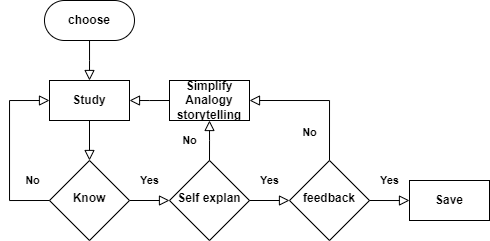
Earlier version of the draw.io export Feynman.png (fightmeat/photos). Source tidied: cells renumbered, new cells last; positions are measured from the earlier drawing's top-left corner, leaving out a move shared by most shapes.
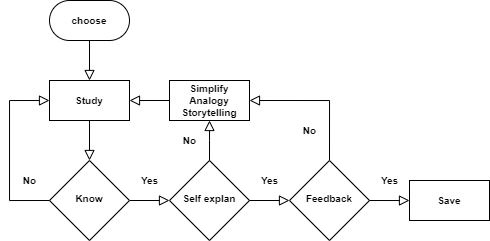
After the commit.

What changed in the source:
```diff
@@ -2,51 +2,49 @@
   <root>
     <mxCell id="0" />
     <mxCell id="1" parent="0" />
-    <mxCell id="2" style="rounded=0;html=1;jettySize=auto;fontSize=11;endArrow=block;endFill=0;endSize=8;strokeWidth=1;shadow=0;labelBackgroundColor=none;edgeStyle=orthogonalEdgeStyle;" parent="1" edge="1" source="3">
-      <mxGeometry relative="1" as="geometry">
-        <mxPoint x="80" y="80" as="targetPoint" />
-      </mxGeometry>
+    <mxCell id="2" style="rounded=0;html=1;jettySize=auto;fontSize=10;endArrow=block;endFill=0;endSize=8;strokeWidth=1;shadow=0;labelBackgroundColor=none;edgeStyle=orthogonalEdgeStyle;entryX=0.5;entryY=0;entryDx=0;entryDy=0;exitX=0.5;exitY=1;exitDx=0;exitDy=0;" parent="1" edge="1" source="3" target="16">
+      <mxGeometry relative="1" as="geometry" />
     </mxCell>
-    <mxCell id="3" value="&lt;b&gt;choose&lt;/b&gt;" style="rounded=1;whiteSpace=wrap;html=1;fontSize=12;glass=0;strokeWidth=1;shadow=0;arcSize=50;" parent="1" vertex="1">
-      <mxGeometry x="35" width="90" height="40" as="geometry" />
+    <mxCell id="3" value="&lt;b style=&quot;font-size: 10px;&quot;&gt;choose&lt;/b&gt;" style="rounded=1;whiteSpace=wrap;html=1;fontSize=10;glass=0;strokeWidth=1;shadow=0;arcSize=50;" parent="1" vertex="1">
+      <mxGeometry x="40" width="80" height="40" as="geometry" />
     </mxCell>
-    <mxCell id="4" value="&lt;b&gt;Yes&lt;/b&gt;" style="rounded=0;html=1;jettySize=auto;fontSize=11;endArrow=block;endFill=0;endSize=8;strokeWidth=1;shadow=0;labelBackgroundColor=none;edgeStyle=orthogonalEdgeStyle;exitX=1;exitY=0.5;exitDx=0;exitDy=0;entryX=0;entryY=0.5;entryDx=0;entryDy=0;" parent="1" edge="1" source="5" target="6">
+    <mxCell id="4" value="&lt;b style=&quot;font-size: 10px;&quot;&gt;Yes&lt;/b&gt;" style="rounded=0;html=1;jettySize=auto;fontSize=10;endArrow=block;endFill=0;endSize=8;strokeWidth=1;shadow=0;labelBackgroundColor=none;edgeStyle=orthogonalEdgeStyle;exitX=1;exitY=0.5;exitDx=0;exitDy=0;entryX=0;entryY=0.5;entryDx=0;entryDy=0;" parent="1" edge="1" source="5" target="6">
       <mxGeometry y="20" relative="1" as="geometry" />
     </mxCell>
-    <mxCell id="5" value="&lt;b&gt;Know&lt;/b&gt;" style="rhombus;whiteSpace=wrap;html=1;shadow=0;fontFamily=Helvetica;fontSize=12;align=center;strokeWidth=1;spacing=6;spacingTop=-4;" parent="1" vertex="1">
+    <mxCell id="5" value="&lt;b style=&quot;font-size: 10px;&quot;&gt;Know&lt;/b&gt;" style="rhombus;whiteSpace=wrap;html=1;shadow=0;fontFamily=Helvetica;fontSize=10;align=center;strokeWidth=1;spacing=6;spacingTop=-4;" parent="1" vertex="1">
       <mxGeometry x="40" y="160" width="80" height="80" as="geometry" />
     </mxCell>
-    <mxCell id="6" value="&lt;b&gt;Self explan&lt;/b&gt;" style="rhombus;whiteSpace=wrap;html=1;shadow=0;fontFamily=Helvetica;fontSize=12;align=center;strokeWidth=1;spacing=6;spacingTop=-4;" parent="1" vertex="1">
+    <mxCell id="6" value="&lt;b style=&quot;font-size: 10px;&quot;&gt;Self explan&lt;/b&gt;" style="rhombus;whiteSpace=wrap;html=1;shadow=0;fontFamily=Helvetica;fontSize=10;align=center;strokeWidth=1;spacing=6;spacingTop=-4;" parent="1" vertex="1">
       <mxGeometry x="160" y="160" width="80" height="80" as="geometry" />
     </mxCell>
-    <mxCell id="7" value="&lt;b&gt;Simplify Analogy storytelling&lt;/b&gt;" style="rounded=1;whiteSpace=wrap;html=1;fontSize=12;glass=0;strokeWidth=1;shadow=0;arcSize=0;" parent="1" vertex="1">
+    <mxCell id="7" value="&lt;b style=&quot;font-size: 10px;&quot;&gt;Simplify Analogy Storytelling&lt;/b&gt;" style="rounded=1;whiteSpace=wrap;html=1;fontSize=10;glass=0;strokeWidth=1;shadow=0;arcSize=0;" parent="1" vertex="1">
       <mxGeometry x="160" y="80" width="80" height="40" as="geometry" />
     </mxCell>
-    <mxCell id="8" value="&lt;b&gt;Save&lt;/b&gt;" style="rounded=1;whiteSpace=wrap;html=1;fontSize=12;glass=0;strokeWidth=1;shadow=0;arcSize=0;" parent="1" vertex="1">
+    <mxCell id="8" value="&lt;b style=&quot;font-size: 10px;&quot;&gt;Save&lt;/b&gt;" style="rounded=1;whiteSpace=wrap;html=1;fontSize=10;glass=0;strokeWidth=1;shadow=0;arcSize=0;" parent="1" vertex="1">
       <mxGeometry x="400" y="180" width="80" height="40" as="geometry" />
     </mxCell>
-    <mxCell id="9" value="&lt;b&gt;No&lt;/b&gt;" style="edgeStyle=orthogonalEdgeStyle;rounded=0;html=1;jettySize=auto;fontSize=11;endArrow=block;endFill=0;endSize=8;strokeWidth=1;shadow=0;labelBackgroundColor=none;entryX=1;entryY=0.5;entryDx=0;entryDy=0;exitX=0.5;exitY=0;exitDx=0;exitDy=0;" parent="1" edge="1" source="10" target="7">
-      <mxGeometry x="-0.6" y="20" relative="1" as="geometry">
+    <mxCell id="9" value="&lt;b style=&quot;font-size: 10px;&quot;&gt;No&lt;/b&gt;" style="edgeStyle=orthogonalEdgeStyle;rounded=0;html=1;jettySize=auto;fontSize=10;endArrow=block;endFill=0;endSize=8;strokeWidth=1;shadow=0;labelBackgroundColor=none;entryX=1;entryY=0.5;entryDx=0;entryDy=0;exitX=0.5;exitY=0;exitDx=0;exitDy=0;" parent="1" edge="1" source="10" target="7">
+      <mxGeometry x="-0.57" y="20" relative="1" as="geometry">
         <Array as="points">
           <mxPoint x="320" y="100" />
         </Array>
       </mxGeometry>
     </mxCell>
-    <mxCell id="10" value="&lt;b&gt;feedback&lt;/b&gt;" style="rhombus;whiteSpace=wrap;html=1;shadow=0;fontFamily=Helvetica;fontSize=12;align=center;strokeWidth=1;spacing=6;spacingTop=-4;" parent="1" vertex="1">
+    <mxCell id="10" value="&lt;b style=&quot;font-size: 10px;&quot;&gt;Feedback&lt;/b&gt;" style="rhombus;whiteSpace=wrap;html=1;shadow=0;fontFamily=Helvetica;fontSize=10;align=center;strokeWidth=1;spacing=6;spacingTop=-4;" parent="1" vertex="1">
       <mxGeometry x="280" y="160" width="80" height="80" as="geometry" />
     </mxCell>
-    <mxCell id="11" value="&lt;b&gt;No&lt;/b&gt;" style="edgeStyle=orthogonalEdgeStyle;rounded=0;html=1;jettySize=auto;fontSize=11;endArrow=block;endFill=0;endSize=8;strokeWidth=1;shadow=0;labelBackgroundColor=none;exitX=0;exitY=0.5;exitDx=0;exitDy=0;entryX=0;entryY=0.5;entryDx=0;entryDy=0;" parent="1" edge="1" source="5" target="16">
-      <mxGeometry x="-0.82" y="-20" relative="1" as="geometry">
+    <mxCell id="11" value="&lt;b style=&quot;font-size: 10px;&quot;&gt;No&lt;/b&gt;" style="edgeStyle=orthogonalEdgeStyle;rounded=0;html=1;jettySize=auto;fontSize=10;endArrow=block;endFill=0;endSize=8;strokeWidth=1;shadow=0;labelBackgroundColor=none;exitX=0;exitY=0.5;exitDx=0;exitDy=0;entryX=0;entryY=0.5;entryDx=0;entryDy=0;" parent="1" edge="1" source="5" target="16">
+      <mxGeometry x="-0.33" y="-20" relative="1" as="geometry">
         <Array as="points">
           <mxPoint y="200" />
           <mxPoint y="100" />
         </Array>
       </mxGeometry>
     </mxCell>
-    <mxCell id="12" value="&lt;b&gt;Yes&lt;/b&gt;" style="rounded=0;html=1;jettySize=auto;fontSize=11;endArrow=block;endFill=0;endSize=8;strokeWidth=1;shadow=0;labelBackgroundColor=none;edgeStyle=orthogonalEdgeStyle;exitX=1;exitY=0.5;exitDx=0;exitDy=0;entryX=0;entryY=0.5;entryDx=0;entryDy=0;" parent="1" edge="1" source="6" target="10">
+    <mxCell id="12" value="&lt;b style=&quot;font-size: 10px;&quot;&gt;Yes&lt;/b&gt;" style="rounded=0;html=1;jettySize=auto;fontSize=10;endArrow=block;endFill=0;endSize=8;strokeWidth=1;shadow=0;labelBackgroundColor=none;edgeStyle=orthogonalEdgeStyle;exitX=1;exitY=0.5;exitDx=0;exitDy=0;entryX=0;entryY=0.5;entryDx=0;entryDy=0;" parent="1" edge="1" source="6" target="10">
       <mxGeometry y="20" relative="1" as="geometry" />
     </mxCell>
-    <mxCell id="13" value="&lt;b&gt;Yes&lt;/b&gt;" style="edgeStyle=orthogonalEdgeStyle;rounded=0;html=1;jettySize=auto;fontSize=11;endArrow=block;endFill=0;endSize=8;strokeWidth=1;shadow=0;labelBackgroundColor=none;exitX=1;exitY=0.5;exitDx=0;exitDy=0;entryX=0;entryY=0.5;entryDx=0;entryDy=0;" parent="1" edge="1" source="10" target="8">
+    <mxCell id="13" value="&lt;b style=&quot;font-size: 10px;&quot;&gt;Yes&lt;/b&gt;" style="edgeStyle=orthogonalEdgeStyle;rounded=0;html=1;jettySize=auto;fontSize=10;endArrow=block;endFill=0;endSize=8;strokeWidth=1;shadow=0;labelBackgroundColor=none;exitX=1;exitY=0.5;exitDx=0;exitDy=0;entryX=0;entryY=0.5;entryDx=0;entryDy=0;" parent="1" edge="1" source="10" target="8">
       <mxGeometry y="20" relative="1" as="geometry">
         <Array as="points">
           <mxPoint x="390" y="200" />
@@ -54,7 +52,7 @@
         </Array>
       </mxGeometry>
     </mxCell>
-    <mxCell id="14" value="&lt;b&gt;No&lt;/b&gt;" style="edgeStyle=orthogonalEdgeStyle;rounded=0;html=1;jettySize=auto;fontSize=11;endArrow=block;endFill=0;endSize=8;strokeWidth=1;shadow=0;labelBackgroundColor=none;exitX=0.5;exitY=0;exitDx=0;exitDy=0;entryX=0.5;entryY=1;entryDx=0;entryDy=0;" parent="1" edge="1" source="6" target="7">
+    <mxCell id="14" value="&lt;b style=&quot;font-size: 10px;&quot;&gt;No&lt;/b&gt;" style="edgeStyle=orthogonalEdgeStyle;rounded=0;html=1;jettySize=auto;fontSize=10;endArrow=block;endFill=0;endSize=8;strokeWidth=1;shadow=0;labelBackgroundColor=none;exitX=0.5;exitY=0;exitDx=0;exitDy=0;entryX=0.5;entryY=1;entryDx=0;entryDy=0;" parent="1" edge="1" source="6" target="7">
       <mxGeometry y="20" relative="1" as="geometry">
         <Array as="points">
           <mxPoint x="200" y="140" />
@@ -62,16 +60,15 @@
         </Array>
       </mxGeometry>
     </mxCell>
-    <mxCell id="15" style="edgeStyle=orthogonalEdgeStyle;rounded=0;html=1;jettySize=auto;fontSize=11;endArrow=block;endFill=0;endSize=8;strokeWidth=1;shadow=0;labelBackgroundColor=none;exitX=0;exitY=0.5;exitDx=0;exitDy=0;" parent="1" edge="1" source="7">
+    <mxCell id="15" style="edgeStyle=orthogonalEdgeStyle;rounded=0;html=1;jettySize=auto;fontSize=10;endArrow=block;endFill=0;endSize=8;strokeWidth=1;shadow=0;labelBackgroundColor=none;exitX=0;exitY=0.5;exitDx=0;exitDy=0;entryX=1;entryY=0.5;entryDx=0;entryDy=0;" parent="1" edge="1" source="7" target="16">
       <mxGeometry x="-1" y="-72" relative="1" as="geometry">
-        <mxPoint x="120" y="100" as="targetPoint" />
         <mxPoint x="40" y="12" as="offset" />
       </mxGeometry>
     </mxCell>
-    <mxCell id="16" value="&lt;b&gt;Study&lt;/b&gt;" style="rounded=1;whiteSpace=wrap;html=1;fontSize=12;glass=0;strokeWidth=1;shadow=0;arcSize=0;" parent="1" vertex="1">
+    <mxCell id="16" value="&lt;b style=&quot;font-size: 10px;&quot;&gt;Study&lt;/b&gt;" style="rounded=1;whiteSpace=wrap;html=1;fontSize=10;glass=0;strokeWidth=1;shadow=0;arcSize=0;" parent="1" vertex="1">
       <mxGeometry x="40" y="80" width="80" height="40" as="geometry" />
     </mxCell>
-    <mxCell id="17" style="rounded=0;html=1;jettySize=auto;fontSize=11;endArrow=block;endFill=0;endSize=8;strokeWidth=1;shadow=0;labelBackgroundColor=none;edgeStyle=orthogonalEdgeStyle;exitX=0.5;exitY=1;exitDx=0;exitDy=0;entryX=0.5;entryY=0;entryDx=0;entryDy=0;" parent="1" edge="1" source="16" target="5">
+    <mxCell id="17" style="rounded=0;html=1;jettySize=auto;fontSize=10;endArrow=block;endFill=0;endSize=8;strokeWidth=1;shadow=0;labelBackgroundColor=none;edgeStyle=orthogonalEdgeStyle;exitX=0.5;exitY=1;exitDx=0;exitDy=0;entryX=0.5;entryY=0;entryDx=0;entryDy=0;" parent="1" edge="1" source="16" target="5">
       <mxGeometry relative="1" as="geometry" />
     </mxCell>
   </root>
```
